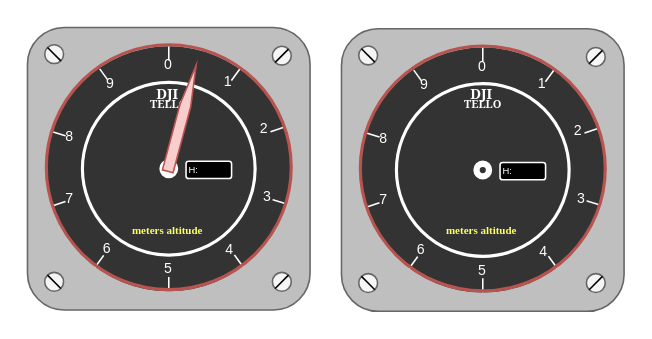
LuMug/Drone-2.0 keeps this draw.io diagram as Documenti/Interfacce/Altimetro/Altimetro.drawio. Above is the earlier version. Source tidied: cells renumbered, new cells numbered last; positions are measured from the earlier drawing's top-left corner, leaving out a move shared by most shapes. Both pictures are drawn from the tidied source at 157%, with x=0, y=0 at pixel (27, 27).
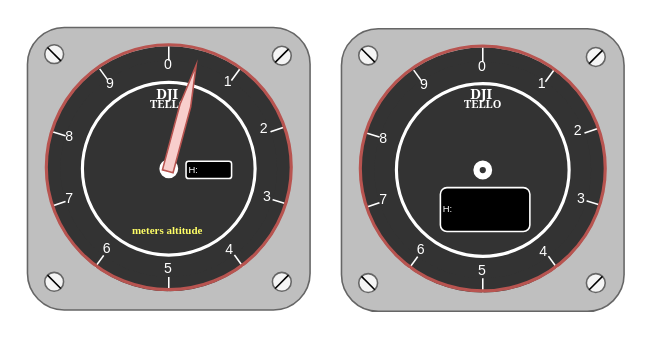
Above is the later version.

Change to the diagram source:
```diff
@@
     <mxCell id="62" value="H:" style="rounded=1;whiteSpace=wrap;html=1;fontSize=6;fontColor=#FFFFFF;strokeColor=#FFFFFF;strokeWidth=1;fillColor=#000000;align=left;verticalAlign=middle;" parent="1" vertex="1">
-      <mxGeometry x="301" y="86" width="29" height="11" as="geometry" />
+      <mxGeometry x="263" y="102" width="57" height="28" as="geometry" />
     </mxCell>
@@
-    <mxCell id="74" value="&lt;b style=&quot;font-size: 7px&quot;&gt;&lt;font face=&quot;Garamond&quot; color=&quot;#ffff66&quot; style=&quot;font-size: 7px&quot;&gt;meters altitude&lt;/font&gt;&lt;br style=&quot;font-size: 7px&quot;&gt;&lt;/b&gt;" style="text;html=1;strokeColor=none;fillColor=none;align=center;verticalAlign=middle;whiteSpace=wrap;rounded=0;fontFamily=Tahoma;fontSize=7;fontColor=#FFFFFF;" parent="1" vertex="1">
-      <mxGeometry x="264.2" y="121.8" width="50.5" height="17" as="geometry" />
-    </mxCell>
```
